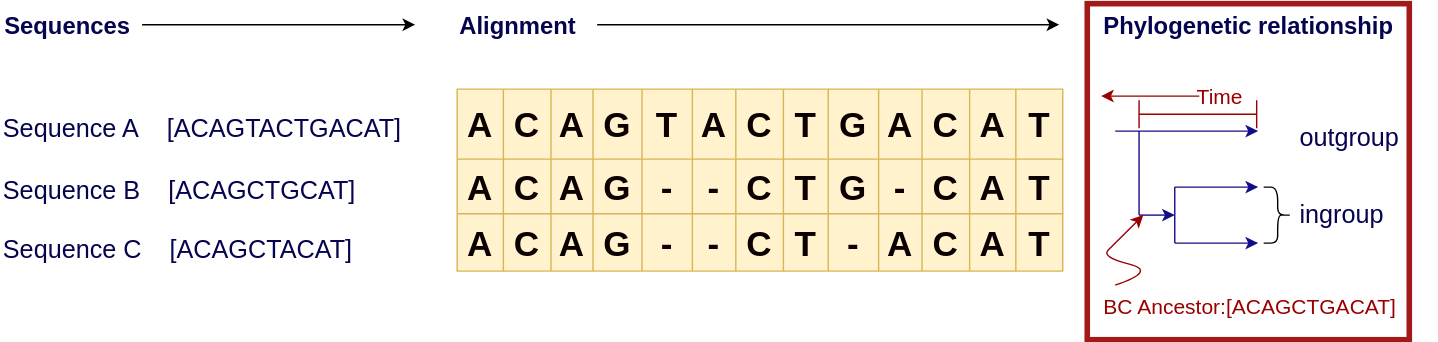
The draw.io diagram images/3alignment_infer.drawio.svg in khiron/dBGAlignSlides, before a commit. Source tidied: cells renumbered, new cells last; positions are measured from the earlier drawing's top-left corner, leaving out a move shared by most shapes.
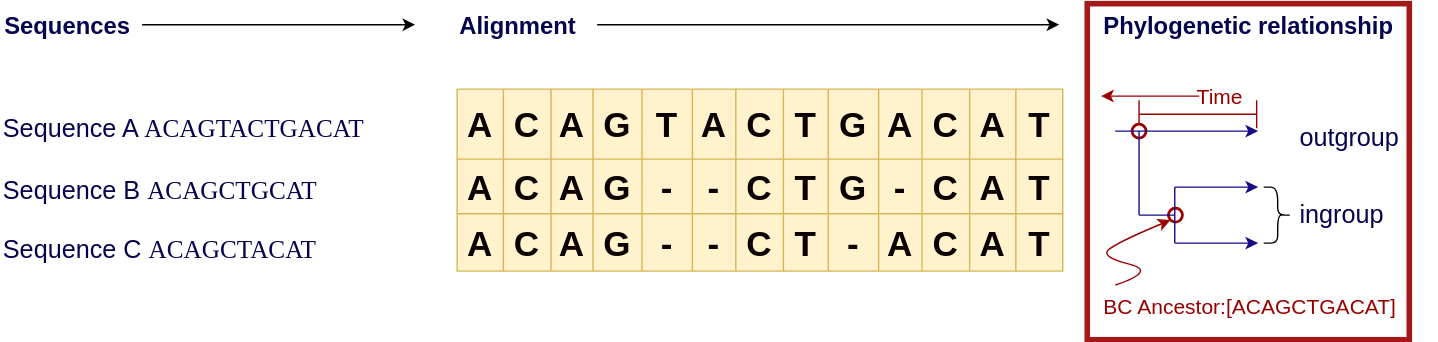
After the commit.

The edit, as a diff of the source:
```diff
@@ -145,15 +145,6 @@
     <mxCell id="48" value="&lt;b&gt;Alignment&lt;/b&gt;" style="text;html=1;align=left;verticalAlign=top;whiteSpace=wrap;rounded=0;fontColor=#05044e;fontSize=17;labelPosition=center;verticalLabelPosition=middle;" parent="1" vertex="1">
       <mxGeometry x="326" width="100" height="30" as="geometry" />
     </mxCell>
-    <mxCell id="49" value="Sequence A&amp;nbsp; &amp;nbsp; [ACAGTACTGACAT]" style="text;html=1;align=left;verticalAlign=middle;whiteSpace=wrap;rounded=0;fontSize=18;fontStyle=0;labelPosition=center;verticalLabelPosition=middle;fontColor=#05044e;" parent="1" vertex="1">
-      <mxGeometry y="75" width="296" height="30" as="geometry" />
-    </mxCell>
-    <mxCell id="50" value="Sequence B&amp;nbsp; &amp;nbsp; [ACAGCTGCAT]" style="text;html=1;align=left;verticalAlign=middle;whiteSpace=wrap;rounded=0;fontSize=18;fontStyle=0;labelPosition=center;verticalLabelPosition=middle;fontColor=#05044e;" parent="1" vertex="1">
-      <mxGeometry y="116" width="296" height="35" as="geometry" />
-    </mxCell>
-    <mxCell id="51" value="Sequence C&amp;nbsp; &amp;nbsp; [ACAGCTACAT]" style="text;html=1;align=left;verticalAlign=middle;whiteSpace=wrap;rounded=0;fontSize=18;fontStyle=0;labelPosition=center;verticalLabelPosition=middle;fontColor=#05044e;" parent="1" vertex="1">
-      <mxGeometry y="160" width="296" height="31" as="geometry" />
-    </mxCell>
     <mxCell id="52" style="edgeStyle=none;html=1;" parent="1" edge="1" source="53">
       <mxGeometry relative="1" as="geometry">
         <mxPoint x="296" y="15" as="targetPoint" />
@@ -171,75 +162,83 @@
     <mxCell id="56" style="shape=curlyBracket;whiteSpace=wrap;html=1;rounded=1;flipH=1;labelPosition=right;verticalLabelPosition=middle;align=left;verticalAlign=middle;" parent="1" vertex="1">
       <mxGeometry x="902" y="131" width="20" height="40" as="geometry" />
     </mxCell>
-    <mxCell id="57" style="group;" parent="1" vertex="1">
-      <mxGeometry x="813" y="91" width="85" height="80" as="geometry" />
-    </mxCell>
+    <mxCell id="64" value="&lt;font style=&quot;font-size: 15px;&quot;&gt;BC Ancestor:[ACAGCTGACAT]&lt;/font&gt;" style="text;html=1;strokeColor=none;fillColor=none;align=left;verticalAlign=middle;whiteSpace=wrap;rounded=0;fontColor=#990000;" parent="1" vertex="1">
+      <mxGeometry x="785.5" y="201" width="213" height="30" as="geometry" />
+    </mxCell>
+    <mxCell id="65" style="curved=1;endArrow=classic;html=1;fontSize=15;strokeColor=#990000;exitX=0.049;exitY=0;exitDx=0;exitDy=0;exitPerimeter=0;entryX=0;entryY=1;entryDx=0;entryDy=0;" parent="1" edge="1" source="64" target="70">
+      <mxGeometry relative="1" as="geometry">
+        <Array as="points">
+          <mxPoint x="826" y="191" />
+          <mxPoint x="786" y="181" />
+          <mxPoint x="796" y="171" />
+        </Array>
+      </mxGeometry>
+    </mxCell>
+    <mxCell id="66" style="shape=crossbar;whiteSpace=wrap;html=1;rounded=1;fontSize=15;strokeColor=#990000;" parent="1" vertex="1">
+      <mxGeometry x="813" y="69" width="84" height="20" as="geometry" />
+    </mxCell>
+    <mxCell id="67" style="edgeStyle=none;html=1;entryX=0.043;entryY=0.275;entryDx=0;entryDy=0;entryPerimeter=0;fontSize=15;fontColor=#990000;strokeColor=#990000;" parent="1" edge="1" source="68" target="2">
+      <mxGeometry relative="1" as="geometry" />
+    </mxCell>
+    <mxCell id="68" value="Time" style="text;html=1;strokeColor=none;fillColor=none;align=center;verticalAlign=middle;whiteSpace=wrap;rounded=0;fontSize=15;fontColor=#990000;" parent="1" vertex="1">
+      <mxGeometry x="856" y="51" width="30" height="30" as="geometry" />
+    </mxCell>
+    <mxCell id="69" style="ellipse;whiteSpace=wrap;html=1;strokeColor=#990000;strokeWidth=2;" parent="1" vertex="1">
+      <mxGeometry x="808" y="86" width="10" height="10" as="geometry" />
+    </mxCell>
+    <mxCell id="70" style="ellipse;whiteSpace=wrap;html=1;strokeColor=#990000;strokeWidth=2;" parent="1" vertex="1">
+      <mxGeometry x="834" y="146" width="10" height="10" as="geometry" />
+    </mxCell>
-    <mxCell id="58" style="endArrow=classic;html=1;fontColor=#0a0000;strokeColor=#150d87;" parent="57" edge="1">
+    <mxCell id="58" style="endArrow=classic;html=1;fontColor=#0a0000;strokeColor=#150d87;" parent="1" edge="1">
       <mxGeometry relative="1" as="geometry">
-        <mxPoint x="-17" as="sourcePoint" />
-        <mxPoint x="85" as="targetPoint" />
+        <mxPoint x="796" y="91" as="sourcePoint" />
+        <mxPoint x="898" y="91" as="targetPoint" />
         <Array as="points">
-          <mxPoint x="34" />
+          <mxPoint x="847" y="91" />
         </Array>
       </mxGeometry>
     </mxCell>
-    <mxCell id="59" style="endArrow=classic;html=1;fontColor=#0a0000;strokeColor=#150d87;" parent="57" edge="1">
+    <mxCell id="59" style="endArrow=classic;html=1;fontColor=#0a0000;strokeColor=#150d87;" parent="1" edge="1">
       <mxGeometry relative="1" as="geometry">
-        <mxPoint x="25.5" y="40" as="sourcePoint" />
-        <mxPoint x="85" y="40" as="targetPoint" />
+        <mxPoint x="838.5" y="131" as="sourcePoint" />
+        <mxPoint x="898" y="131" as="targetPoint" />
         <Array as="points">
-          <mxPoint x="59.5" y="40" />
+          <mxPoint x="872.5" y="131" />
         </Array>
       </mxGeometry>
     </mxCell>
-    <mxCell id="60" style="endArrow=classic;html=1;fontColor=#0a0000;strokeColor=#150d87;" parent="57" edge="1">
+    <mxCell id="60" style="endArrow=classic;html=1;fontColor=#0a0000;strokeColor=#150d87;" parent="1" edge="1">
       <mxGeometry relative="1" as="geometry">
-        <mxPoint x="25.5" y="80" as="sourcePoint" />
-        <mxPoint x="85" y="80" as="targetPoint" />
+        <mxPoint x="838.5" y="171" as="sourcePoint" />
+        <mxPoint x="898" y="171" as="targetPoint" />
       </mxGeometry>
     </mxCell>
-    <mxCell id="61" style="endArrow=none;html=1;fontColor=#0a0000;strokeColor=#150d87;" parent="57" edge="1">
+    <mxCell id="61" style="endArrow=none;html=1;fontColor=#0a0000;strokeColor=#150d87;" parent="1" edge="1">
       <mxGeometry relative="1" as="geometry">
-        <mxPoint x="25.5" y="80" as="sourcePoint" />
-        <mxPoint x="25.5" y="40" as="targetPoint" />
+        <mxPoint x="838.5" y="171" as="sourcePoint" />
+        <mxPoint x="838.5" y="131" as="targetPoint" />
       </mxGeometry>
     </mxCell>
-    <mxCell id="62" style="endArrow=classic;html=1;fontColor=#0a0000;strokeColor=#150d87;" parent="57" edge="1">
+    <mxCell id="62" style="endArrow=none;html=1;fontColor=#0a0000;strokeColor=#150d87;endFill=0;" parent="1" edge="1">
       <mxGeometry relative="1" as="geometry">
-        <mxPoint y="60" as="sourcePoint" />
-        <mxPoint x="25.5" y="60" as="targetPoint" />
-        <Array as="points">
-          <mxPoint x="8.5" y="60" />
-        </Array>
+        <mxPoint x="813" y="151" as="sourcePoint" />
+        <mxPoint x="838.5" y="151" as="targetPoint" />
       </mxGeometry>
     </mxCell>
-    <mxCell id="63" style="endArrow=none;html=1;fontColor=#0a0000;strokeColor=#150d87;" parent="57" edge="1">
+    <mxCell id="63" style="endArrow=none;html=1;fontColor=#0a0000;strokeColor=#150d87;" parent="1" edge="1">
       <mxGeometry relative="1" as="geometry">
-        <mxPoint y="60" as="sourcePoint" />
-        <mxPoint as="targetPoint" />
+        <mxPoint x="813" y="151" as="sourcePoint" />
+        <mxPoint x="813" y="91" as="targetPoint" />
       </mxGeometry>
     </mxCell>
-    <mxCell id="64" value="&lt;font style=&quot;font-size: 15px;&quot;&gt;BC Ancestor:[ACAGCTGACAT]&lt;/font&gt;" style="text;html=1;strokeColor=none;fillColor=none;align=left;verticalAlign=middle;whiteSpace=wrap;rounded=0;fontColor=#990000;" parent="1" vertex="1">
-      <mxGeometry x="785.5" y="201" width="213" height="30" as="geometry" />
-    </mxCell>
-    <mxCell id="65" style="curved=1;endArrow=classic;html=1;fontSize=15;strokeColor=#990000;exitX=0.049;exitY=0;exitDx=0;exitDy=0;exitPerimeter=0;" parent="1" edge="1" source="64">
-      <mxGeometry relative="1" as="geometry">
-        <mxPoint x="816" y="151" as="targetPoint" />
-        <Array as="points">
-          <mxPoint x="826" y="191" />
-          <mxPoint x="786" y="181" />
-          <mxPoint x="796" y="171" />
-        </Array>
-      </mxGeometry>
-    </mxCell>
-    <mxCell id="66" style="shape=crossbar;whiteSpace=wrap;html=1;rounded=1;fontSize=15;strokeColor=#990000;" parent="1" vertex="1">
-      <mxGeometry x="813" y="69" width="84" height="20" as="geometry" />
-    </mxCell>
-    <mxCell id="67" style="edgeStyle=none;html=1;entryX=0.043;entryY=0.275;entryDx=0;entryDy=0;entryPerimeter=0;fontSize=15;fontColor=#990000;strokeColor=#990000;" parent="1" edge="1" source="68" target="2">
-      <mxGeometry relative="1" as="geometry" />
-    </mxCell>
-    <mxCell id="68" value="Time" style="text;html=1;strokeColor=none;fillColor=none;align=center;verticalAlign=middle;whiteSpace=wrap;rounded=0;fontSize=15;fontColor=#990000;" parent="1" vertex="1">
-      <mxGeometry x="856" y="51" width="30" height="30" as="geometry" />
-    </mxCell>
+    <mxCell id="71" value="Sequence A&amp;nbsp; &amp;nbsp; &lt;font face=&quot;Lucida Console&quot;&gt;ACAGTACTGACAT&lt;/font&gt;" style="text;html=1;align=left;verticalAlign=middle;whiteSpace=wrap;rounded=0;fontSize=18;fontStyle=0;labelPosition=center;verticalLabelPosition=middle;fontColor=#05044e;" parent="1" vertex="1">
+      <mxGeometry y="75" width="296" height="30" as="geometry" />
+    </mxCell>
+    <mxCell id="72" value="Sequence B&amp;nbsp; &amp;nbsp; &lt;font face=&quot;Lucida Console&quot;&gt;ACAGCTGCAT&lt;/font&gt;" style="text;html=1;align=left;verticalAlign=middle;whiteSpace=wrap;rounded=0;fontSize=18;fontStyle=0;labelPosition=center;verticalLabelPosition=middle;fontColor=#05044e;" parent="1" vertex="1">
+      <mxGeometry y="116" width="296" height="35" as="geometry" />
+    </mxCell>
+    <mxCell id="73" value="Sequence C&amp;nbsp; &amp;nbsp; &lt;font face=&quot;Lucida Console&quot;&gt;ACAGCTACAT&lt;/font&gt;" style="text;html=1;align=left;verticalAlign=middle;whiteSpace=wrap;rounded=0;fontSize=18;fontStyle=0;labelPosition=center;verticalLabelPosition=middle;fontColor=#05044e;" parent="1" vertex="1">
+      <mxGeometry y="160" width="296" height="31" as="geometry" />
+    </mxCell>
   </root>
 </mxGraphModel>
```
